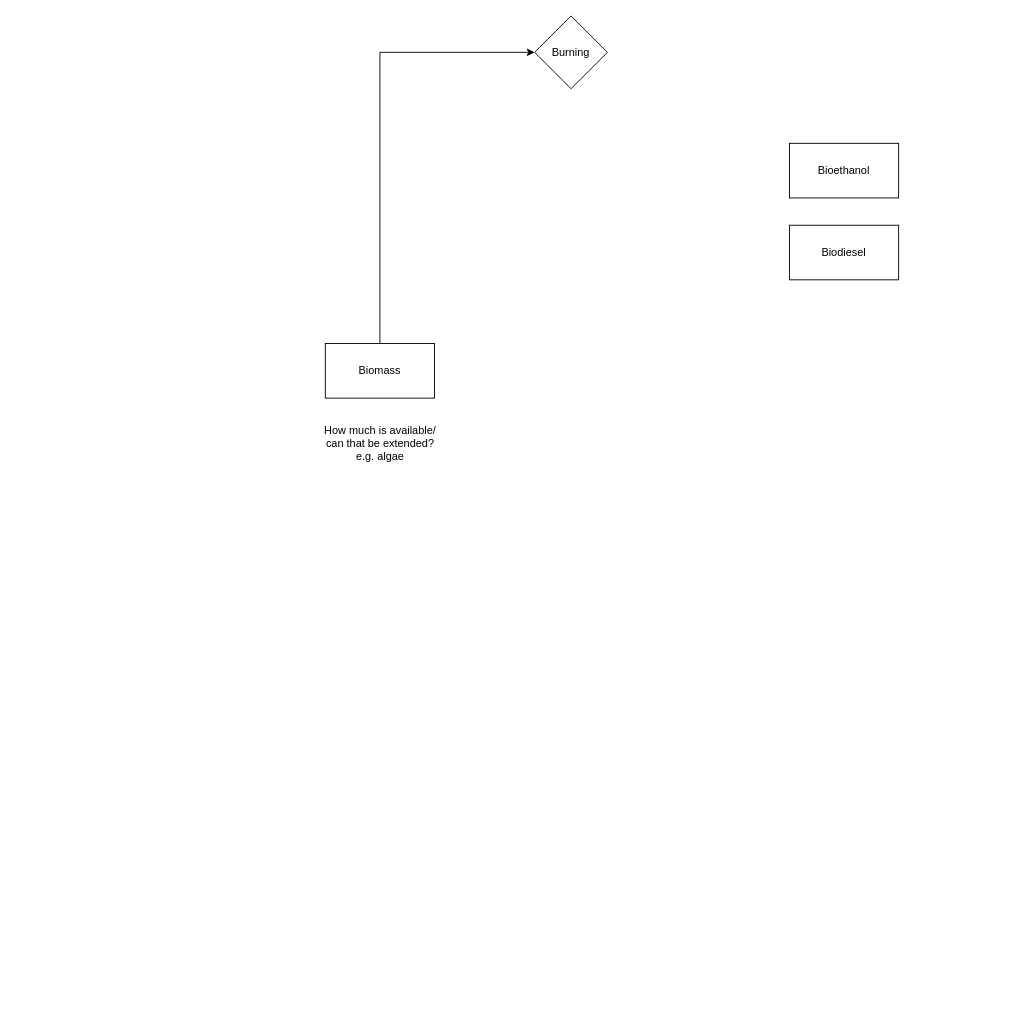
Earlier version of the draw.io diagram biomass.drawio (robertsalzwedel/carma). Source tidied: cells renumbered, new cells numbered last; positions are measured from the earlier drawing's top-left corner, leaving out a move shared by most shapes. Both pictures are drawn from the tidied source at 91%, with x=0, y=0 at pixel (311, 15).
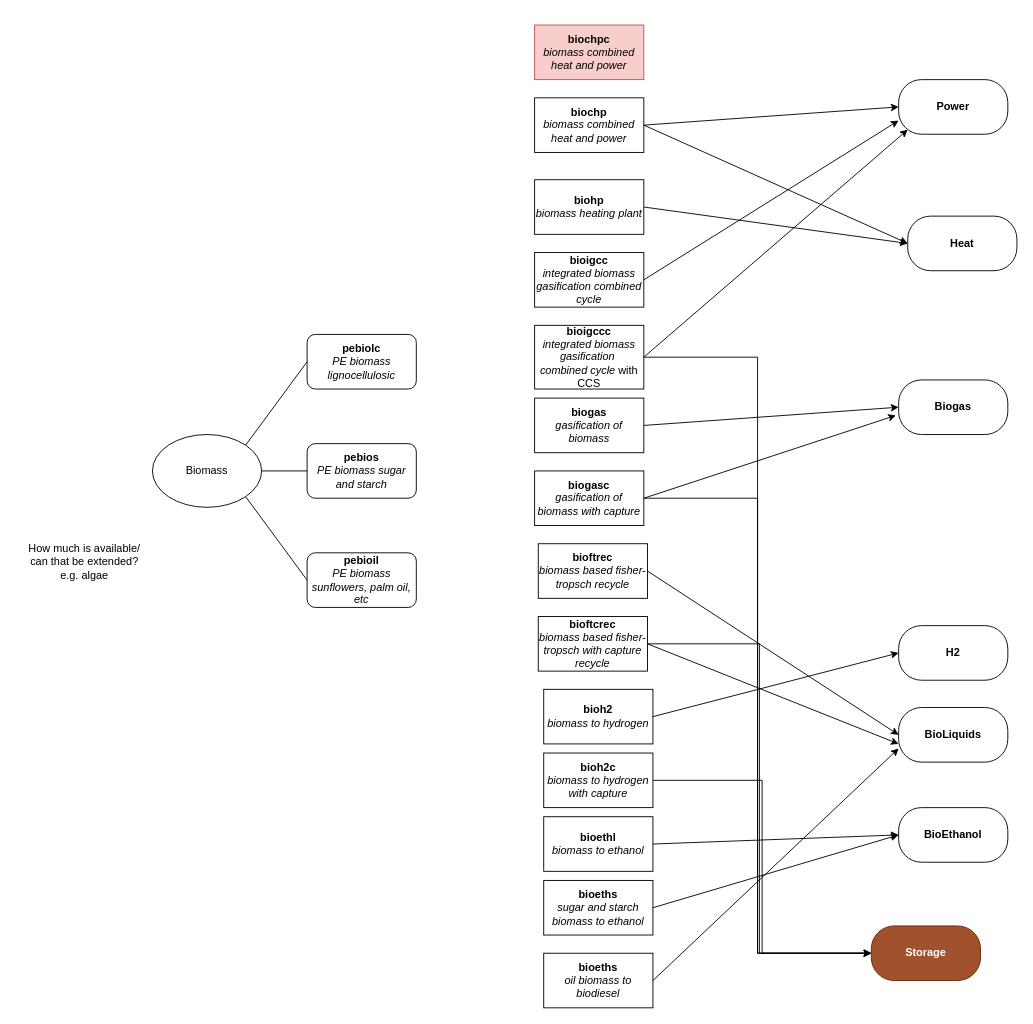
The same diagram, later.

What changed in the source:
```diff
@@
-    <mxCell id="2" style="edgeStyle=orthogonalEdgeStyle;rounded=0;jettySize=auto;html=1;entryX=0;entryY=0.5;entryDx=0;entryDy=0;exitX=0.5;exitY=0;exitDx=0;exitDy=0;" parent="1" edge="1" source="3" target="4">
-      <mxGeometry relative="1" as="geometry" />
-    </mxCell>
+    <mxCell id="7" value="&lt;div&gt;How much is available/&lt;/div&gt;&lt;div&gt;can that be extended?&lt;/div&gt;&lt;div&gt;e.g. algae&lt;br&gt;&lt;/div&gt;" style="text;html=1;align=center;verticalAlign=middle;strokeColor=none;fillColor=none;" parent="1" vertex="1">
+      <mxGeometry x="-325" y="570" width="150" height="60" as="geometry" />
+    </mxCell>
-    <mxCell id="3" value="Biomass" style="rounded=0;whiteSpace=wrap;html=1;" parent="1" vertex="1">
-      <mxGeometry x="15" y="360" width="120" height="60" as="geometry" />
+    <mxCell id="3" value="Biomass" style="ellipse;whiteSpace=wrap;html=1;" parent="1" vertex="1">
+      <mxGeometry x="-175" y="460" width="120" height="80" as="geometry" />
     </mxCell>
-    <mxCell id="4" value="Burning" style="rhombus;whiteSpace=wrap;html=1;" parent="1" vertex="1">
-      <mxGeometry x="245" width="80" height="80" as="geometry" />
-    </mxCell>
-    <mxCell id="5" value="Bioethanol" style="rounded=0;whiteSpace=wrap;html=1;" parent="1" vertex="1">
-      <mxGeometry x="525" y="140" width="120" height="60" as="geometry" />
-    </mxCell>
-    <mxCell id="6" value="Biodiesel" style="rounded=0;whiteSpace=wrap;html=1;" parent="1" vertex="1">
-      <mxGeometry x="525" y="230" width="120" height="60" as="geometry" />
-    </mxCell>
-    <mxCell id="7" value="&lt;div&gt;How much is available/&lt;/div&gt;&lt;div&gt;can that be extended?&lt;/div&gt;&lt;div&gt;e.g. algae&lt;br&gt;&lt;/div&gt;" style="text;html=1;align=center;verticalAlign=middle;strokeColor=none;fillColor=none;" parent="1" vertex="1">
-      <mxGeometry y="440" width="150" height="60" as="geometry" />
-    </mxCell>
+    <mxCell id="8" value="&lt;div&gt;&lt;b&gt;biochp&lt;/b&gt;&lt;/div&gt;&lt;div&gt;&lt;i&gt;biomass combined heat and power&lt;b&gt;&lt;br&gt;&lt;/b&gt;&lt;/i&gt;&lt;/div&gt;" style="rounded=0;whiteSpace=wrap;html=1;" parent="1" vertex="1">
+      <mxGeometry x="245" y="90" width="120" height="60" as="geometry" />
+    </mxCell>
+    <mxCell id="9" value="&lt;b&gt;Power&lt;br&gt;&lt;/b&gt;" style="rounded=1;whiteSpace=wrap;html=1;arcSize=42;" parent="1" vertex="1">
+      <mxGeometry x="645" y="70" width="120" height="60" as="geometry" />
+    </mxCell>
+    <mxCell id="10" value="&lt;b&gt;Heat&lt;/b&gt;" style="rounded=1;whiteSpace=wrap;html=1;arcSize=42;" parent="1" vertex="1">
+      <mxGeometry x="655" y="220" width="120" height="60" as="geometry" />
+    </mxCell>
+    <mxCell id="11" value="&lt;div&gt;&lt;b&gt;biohp&lt;/b&gt;&lt;/div&gt;&lt;div&gt;&lt;i&gt;biomass heating plant&lt;b&gt;&lt;br&gt;&lt;/b&gt;&lt;/i&gt;&lt;/div&gt;" style="rounded=0;whiteSpace=wrap;html=1;" parent="1" vertex="1">
+      <mxGeometry x="245" y="180" width="120" height="60" as="geometry" />
+    </mxCell>
+    <mxCell id="12" value="&lt;div&gt;&lt;b&gt;bioigcc&lt;/b&gt;&lt;/div&gt;&lt;div&gt;&lt;i&gt;integrated biomass gasification combined cycle&lt;b&gt;&lt;br&gt;&lt;/b&gt;&lt;/i&gt;&lt;/div&gt;" style="rounded=0;whiteSpace=wrap;html=1;" parent="1" vertex="1">
+      <mxGeometry x="245" y="260" width="120" height="60" as="geometry" />
+    </mxCell>
+    <mxCell id="13" style="edgeStyle=orthogonalEdgeStyle;rounded=0;jettySize=auto;html=1;entryX=0;entryY=0.5;entryDx=0;entryDy=0;" parent="1" edge="1" source="14" target="30">
+      <mxGeometry relative="1" as="geometry" />
+    </mxCell>
+    <mxCell id="14" value="&lt;div&gt;&lt;b&gt;bioigccc&lt;/b&gt;&lt;/div&gt;&lt;div&gt;&lt;i&gt;integrated biomass gasification&amp;nbsp; combined cycle&lt;b&gt; &lt;/b&gt;&lt;/i&gt;with CCS&lt;i&gt;&lt;b&gt;&lt;br&gt;&lt;/b&gt;&lt;/i&gt;&lt;/div&gt;" style="rounded=0;whiteSpace=wrap;html=1;" parent="1" vertex="1">
+      <mxGeometry x="245" y="340" width="120" height="70" as="geometry" />
+    </mxCell>
+    <mxCell id="15" value="&lt;div&gt;&lt;b&gt;biogas&lt;/b&gt;&lt;/div&gt;&lt;div&gt;&lt;i&gt;gasification of biomass &lt;/i&gt;&lt;i&gt;&lt;b&gt;&lt;br&gt;&lt;/b&gt;&lt;/i&gt;&lt;/div&gt;" style="rounded=0;whiteSpace=wrap;html=1;" parent="1" vertex="1">
+      <mxGeometry x="245" y="420" width="120" height="60" as="geometry" />
+    </mxCell>
+    <mxCell id="16" style="edgeStyle=orthogonalEdgeStyle;rounded=0;jettySize=auto;html=1;entryX=0;entryY=0.5;entryDx=0;entryDy=0;" parent="1" edge="1" source="17" target="30">
+      <mxGeometry relative="1" as="geometry" />
+    </mxCell>
+    <mxCell id="17" value="&lt;div&gt;&lt;b&gt;biogasc&lt;/b&gt;&lt;/div&gt;&lt;div&gt;&lt;i&gt;gasification of biomass with capture&lt;b&gt;&lt;br&gt;&lt;/b&gt;&lt;/i&gt;&lt;/div&gt;" style="rounded=0;whiteSpace=wrap;html=1;" parent="1" vertex="1">
+      <mxGeometry x="245" y="500" width="120" height="60" as="geometry" />
+    </mxCell>
+    <mxCell id="18" value="&lt;div&gt;&lt;b&gt;bioftrec&lt;/b&gt;&lt;/div&gt;&lt;div&gt;&lt;i&gt;biomass based fisher-tropsch recycle&lt;b&gt;&lt;br&gt;&lt;/b&gt;&lt;/i&gt;&lt;/div&gt;" style="rounded=0;whiteSpace=wrap;html=1;" parent="1" vertex="1">
+      <mxGeometry x="249" y="580" width="120" height="60" as="geometry" />
+    </mxCell>
+    <mxCell id="19" style="edgeStyle=orthogonalEdgeStyle;rounded=0;jettySize=auto;html=1;entryX=0;entryY=0.5;entryDx=0;entryDy=0;" parent="1" edge="1" source="20" target="30">
+      <mxGeometry relative="1" as="geometry" />
+    </mxCell>
+    <mxCell id="20" value="&lt;div&gt;&lt;b&gt;bioftcrec&lt;/b&gt;&lt;/div&gt;&lt;div&gt;&lt;i&gt;biomass based fisher-tropsch with capture recycle&lt;b&gt;&lt;br&gt;&lt;/b&gt;&lt;/i&gt;&lt;/div&gt;" style="rounded=0;whiteSpace=wrap;html=1;" parent="1" vertex="1">
+      <mxGeometry x="249" y="660" width="120" height="60" as="geometry" />
+    </mxCell>
+    <mxCell id="21" value="&lt;div&gt;&lt;b&gt;bioh2&lt;/b&gt;&lt;/div&gt;&lt;div&gt;&lt;i&gt;biomass to hydrogen &lt;b&gt;&lt;br&gt;&lt;/b&gt;&lt;/i&gt;&lt;/div&gt;" style="rounded=0;whiteSpace=wrap;html=1;" parent="1" vertex="1">
+      <mxGeometry x="255" y="740" width="120" height="60" as="geometry" />
+    </mxCell>
+    <mxCell id="22" style="edgeStyle=orthogonalEdgeStyle;rounded=0;jettySize=auto;html=1;entryX=0;entryY=0.5;entryDx=0;entryDy=0;" parent="1" edge="1" source="23" target="30">
+      <mxGeometry relative="1" as="geometry" />
+    </mxCell>
+    <mxCell id="23" value="&lt;div&gt;&lt;b&gt;bioh2c&lt;/b&gt;&lt;/div&gt;&lt;div&gt;&lt;i&gt;biomass to hydrogen with capture &lt;b&gt;&lt;br&gt;&lt;/b&gt;&lt;/i&gt;&lt;/div&gt;" style="rounded=0;whiteSpace=wrap;html=1;" parent="1" vertex="1">
+      <mxGeometry x="255" y="810" width="120" height="60" as="geometry" />
+    </mxCell>
+    <mxCell id="24" value="&lt;div&gt;&lt;b&gt;bioethl&lt;/b&gt;&lt;/div&gt;&lt;div&gt;&lt;i&gt;biomass to ethanol&lt;b&gt;&lt;br&gt;&lt;/b&gt;&lt;/i&gt;&lt;/div&gt;" style="rounded=0;whiteSpace=wrap;html=1;" parent="1" vertex="1">
+      <mxGeometry x="255" y="880" width="120" height="60" as="geometry" />
+    </mxCell>
+    <mxCell id="25" value="&lt;div&gt;&lt;b&gt;bioeths&lt;/b&gt;&lt;/div&gt;&lt;div&gt;&lt;i&gt;sugar and starch biomass to ethanol&lt;b&gt;&lt;br&gt;&lt;/b&gt;&lt;/i&gt;&lt;/div&gt;" style="rounded=0;whiteSpace=wrap;html=1;" parent="1" vertex="1">
+      <mxGeometry x="255" y="950" width="120" height="60" as="geometry" />
+    </mxCell>
+    <mxCell id="26" value="&lt;div&gt;&lt;b&gt;bioeths&lt;/b&gt;&lt;/div&gt;&lt;div&gt;&lt;i&gt;oil biomass to biodiesel&lt;b&gt;&lt;br&gt;&lt;/b&gt;&lt;/i&gt;&lt;/div&gt;" style="rounded=0;whiteSpace=wrap;html=1;" parent="1" vertex="1">
+      <mxGeometry x="255" y="1030" width="120" height="60" as="geometry" />
+    </mxCell>
+    <mxCell id="27" value="&lt;b&gt;Biogas&lt;/b&gt;" style="rounded=1;whiteSpace=wrap;html=1;arcSize=42;" parent="1" vertex="1">
+      <mxGeometry x="645" y="400" width="120" height="60" as="geometry" />
+    </mxCell>
+    <mxCell id="28" value="&lt;b&gt;BioEthanol&lt;/b&gt;" style="rounded=1;whiteSpace=wrap;html=1;arcSize=42;" parent="1" vertex="1">
+      <mxGeometry x="645" y="870" width="120" height="60" as="geometry" />
+    </mxCell>
+    <mxCell id="29" value="&lt;b&gt;H2&lt;/b&gt;" style="rounded=1;whiteSpace=wrap;html=1;arcSize=42;" parent="1" vertex="1">
+      <mxGeometry x="645" y="670" width="120" height="60" as="geometry" />
+    </mxCell>
+    <mxCell id="30" value="&lt;b&gt;Storage&lt;/b&gt;" style="rounded=1;whiteSpace=wrap;html=1;arcSize=42;fillColor=#a0522d;fontColor=#ffffff;strokeColor=#6D1F00;" parent="1" vertex="1">
+      <mxGeometry x="615" y="1000" width="120" height="60" as="geometry" />
+    </mxCell>
+    <mxCell id="31" style="endArrow=classic;html=1;rounded=0;exitX=1;exitY=0.5;exitDx=0;exitDy=0;entryX=0;entryY=0.5;entryDx=0;entryDy=0;" parent="1" edge="1" source="8" target="9">
+      <mxGeometry relative="1" as="geometry" />
+    </mxCell>
+    <mxCell id="32" style="endArrow=classic;html=1;rounded=0;entryX=0;entryY=0.5;entryDx=0;entryDy=0;exitX=1;exitY=0.5;exitDx=0;exitDy=0;" parent="1" edge="1" source="8" target="10">
+      <mxGeometry relative="1" as="geometry" />
+    </mxCell>
+    <mxCell id="33" style="endArrow=classic;html=1;rounded=0;entryX=0;entryY=0.5;entryDx=0;entryDy=0;exitX=1;exitY=0.5;exitDx=0;exitDy=0;" parent="1" edge="1" source="11" target="10">
+      <mxGeometry relative="1" as="geometry" />
+    </mxCell>
+    <mxCell id="34" style="endArrow=classic;html=1;rounded=0;entryX=0;entryY=0.75;entryDx=0;entryDy=0;exitX=1;exitY=0.5;exitDx=0;exitDy=0;" parent="1" edge="1" target="9">
+      <mxGeometry relative="1" as="geometry">
+        <mxPoint x="365" y="290" as="sourcePoint" />
+      </mxGeometry>
+    </mxCell>
+    <mxCell id="35" style="endArrow=classic;html=1;rounded=0;entryX=0;entryY=0.75;entryDx=0;entryDy=0;exitX=1;exitY=0.5;exitDx=0;exitDy=0;" parent="1" edge="1" source="14">
+      <mxGeometry relative="1" as="geometry">
+        <mxPoint x="655" y="125" as="targetPoint" />
+      </mxGeometry>
+    </mxCell>
+    <mxCell id="36" style="endArrow=classic;html=1;rounded=0;entryX=0;entryY=0.5;entryDx=0;entryDy=0;exitX=1;exitY=0.5;exitDx=0;exitDy=0;" parent="1" edge="1" source="15" target="27">
+      <mxGeometry relative="1" as="geometry" />
+    </mxCell>
+    <mxCell id="37" style="endArrow=classic;html=1;rounded=0;exitX=1;exitY=0.5;exitDx=0;exitDy=0;entryX=-0.025;entryY=0.65;entryDx=0;entryDy=0;entryPerimeter=0;" parent="1" edge="1" source="17" target="27">
+      <mxGeometry relative="1" as="geometry" />
+    </mxCell>
+    <mxCell id="38" value="&lt;b&gt;BioLiquids&lt;/b&gt;" style="rounded=1;whiteSpace=wrap;html=1;arcSize=42;" parent="1" vertex="1">
+      <mxGeometry x="645" y="760" width="120" height="60" as="geometry" />
+    </mxCell>
+    <mxCell id="39" style="endArrow=classic;html=1;rounded=0;entryX=0;entryY=0.5;entryDx=0;entryDy=0;exitX=1;exitY=0.5;exitDx=0;exitDy=0;" parent="1" edge="1" source="18" target="38">
+      <mxGeometry relative="1" as="geometry" />
+    </mxCell>
+    <mxCell id="40" style="endArrow=classic;html=1;rounded=0;exitX=1;exitY=0.5;exitDx=0;exitDy=0;" parent="1" edge="1" source="20">
+      <mxGeometry relative="1" as="geometry">
+        <mxPoint x="645" y="800" as="targetPoint" />
+      </mxGeometry>
+    </mxCell>
+    <mxCell id="41" style="endArrow=classic;html=1;rounded=0;exitX=1;exitY=0.5;exitDx=0;exitDy=0;entryX=0;entryY=0.5;entryDx=0;entryDy=0;" parent="1" edge="1" source="21" target="29">
+      <mxGeometry relative="1" as="geometry" />
+    </mxCell>
+    <mxCell id="42" style="endArrow=classic;html=1;rounded=0;exitX=1;exitY=0.5;exitDx=0;exitDy=0;entryX=0;entryY=0.5;entryDx=0;entryDy=0;" parent="1" edge="1" source="24" target="28">
+      <mxGeometry relative="1" as="geometry" />
+    </mxCell>
+    <mxCell id="43" style="endArrow=classic;html=1;rounded=0;exitX=1;exitY=0.5;exitDx=0;exitDy=0;entryX=0;entryY=0.5;entryDx=0;entryDy=0;" parent="1" edge="1" source="25" target="28">
+      <mxGeometry relative="1" as="geometry" />
+    </mxCell>
+    <mxCell id="44" style="endArrow=classic;html=1;rounded=0;exitX=1;exitY=0.5;exitDx=0;exitDy=0;entryX=0;entryY=0.75;entryDx=0;entryDy=0;" parent="1" edge="1" source="26" target="38">
+      <mxGeometry relative="1" as="geometry" />
+    </mxCell>
+    <mxCell id="45" value="&lt;div&gt;&lt;b&gt;pebiolc&lt;/b&gt;&lt;/div&gt;&lt;div&gt;&lt;i&gt;PE biomass lignocellulosic&lt;/i&gt;&lt;br&gt;&lt;/div&gt;" style="rounded=1;whiteSpace=wrap;html=1;" parent="1" vertex="1">
+      <mxGeometry x="-5" y="350" width="120" height="60" as="geometry" />
+    </mxCell>
+    <mxCell id="46" value="&lt;div&gt;&lt;b&gt;pebios&lt;/b&gt;&lt;/div&gt;&lt;div&gt;&lt;i&gt;PE biomass sugar and starch&lt;/i&gt;&lt;br&gt;&lt;/div&gt;" style="rounded=1;whiteSpace=wrap;html=1;" parent="1" vertex="1">
+      <mxGeometry x="-5" y="470" width="120" height="60" as="geometry" />
+    </mxCell>
+    <mxCell id="47" value="&lt;div&gt;&lt;b&gt;pebioil&lt;/b&gt;&lt;/div&gt;&lt;div&gt;&lt;i&gt;PE biomass sunflowers, palm oil, etc&lt;b&gt;&lt;br&gt;&lt;/b&gt;&lt;/i&gt;&lt;/div&gt;" style="rounded=1;whiteSpace=wrap;html=1;" parent="1" vertex="1">
+      <mxGeometry x="-5" y="590" width="120" height="60" as="geometry" />
+    </mxCell>
+    <mxCell id="48" style="endArrow=none;html=1;rounded=0;entryX=0;entryY=0.5;entryDx=0;entryDy=0;exitX=1;exitY=0;exitDx=0;exitDy=0;" parent="1" edge="1" source="3" target="45">
+      <mxGeometry relative="1" as="geometry" />
+    </mxCell>
+    <mxCell id="49" style="endArrow=none;html=1;rounded=0;entryX=0;entryY=0.5;entryDx=0;entryDy=0;exitX=1;exitY=1;exitDx=0;exitDy=0;" parent="1" edge="1" source="3" target="47">
+      <mxGeometry relative="1" as="geometry" />
+    </mxCell>
+    <mxCell id="50" style="endArrow=none;html=1;rounded=0;entryX=0;entryY=0.5;entryDx=0;entryDy=0;exitX=1;exitY=0.5;exitDx=0;exitDy=0;" parent="1" edge="1" source="3" target="46">
+      <mxGeometry relative="1" as="geometry" />
+    </mxCell>
+    <mxCell id="51" value="&lt;div&gt;&lt;b&gt;biochpc&lt;/b&gt;&lt;/div&gt;&lt;div&gt;&lt;i&gt;biomass combined heat and power&lt;b&gt;&lt;br&gt;&lt;/b&gt;&lt;/i&gt;&lt;/div&gt;" style="rounded=0;whiteSpace=wrap;html=1;fillColor=#f8cecc;strokeColor=#b85450;" parent="1" vertex="1">
+      <mxGeometry x="245" y="10" width="120" height="60" as="geometry" />
+    </mxCell>
```
